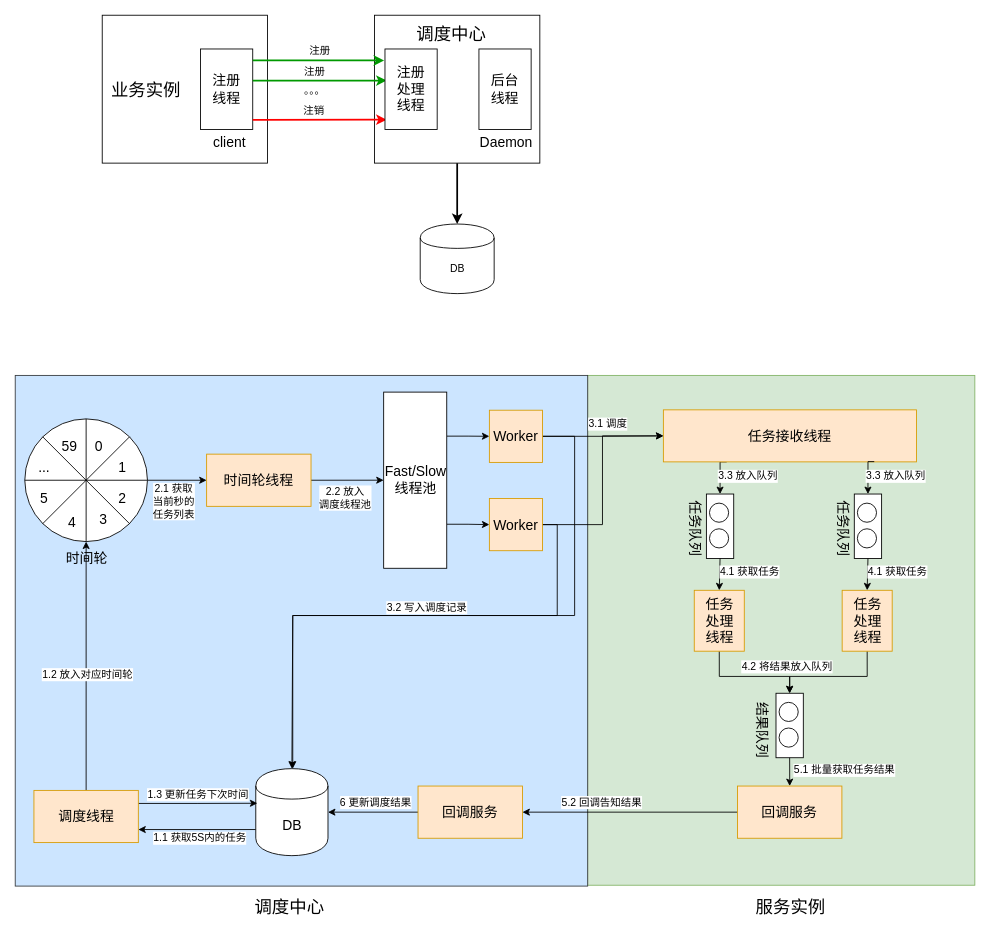
waterystone/draw_io keeps this draw.io diagram as zz/zzschedule/zzschedule.drawio. Above is the earlier version. Source tidied: cells renumbered, new cells numbered last; positions are measured from the earlier drawing's top-left corner, leaving out a move shared by most shapes. Both pictures are drawn from the tidied source at 87%, with x=0, y=0 at pixel (15, 15).
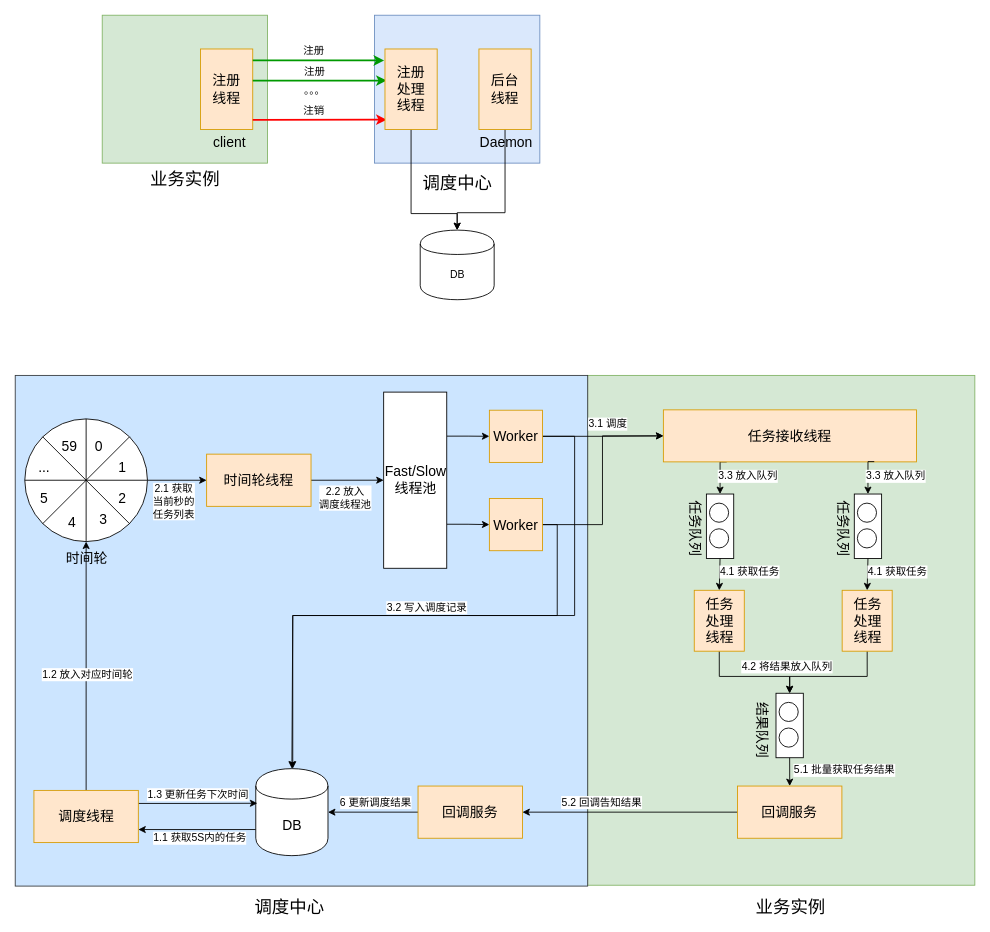
The same diagram, later.

Unchanged cells that the change refers to:
```xml
<mxCell id="9" style="endArrow=classic;html=1;strokeColor=#009900;strokeWidth=2;" parent="1" edge="1">
  <mxGeometry relative="1" as="geometry">
    <mxPoint x="273" y="52" as="sourcePoint" />
    <mxPoint x="424" y="52" as="targetPoint" />
  </mxGeometry>
</mxCell>
```

What changed in the source:
```diff
@@
-    <mxCell id="4" style="rounded=0;whiteSpace=wrap;html=1;" parent="1" vertex="1">
+    <mxCell id="4" style="rounded=0;whiteSpace=wrap;html=1;fillColor=#d5e8d4;strokeColor=#82b366;" parent="1" vertex="1">
       <mxGeometry x="100" width="190" height="170" as="geometry" />
     </mxCell>
-    <mxCell id="5" value="&lt;font style=&quot;font-size: 16px&quot;&gt;注册&lt;br&gt;线程&lt;/font&gt;" style="rounded=0;whiteSpace=wrap;html=1;" parent="1" vertex="1">
+    <mxCell id="5" value="&lt;font style=&quot;font-size: 16px&quot;&gt;注册&lt;br&gt;线程&lt;/font&gt;" style="rounded=0;whiteSpace=wrap;html=1;fillColor=#ffe6cc;strokeColor=#d79b00;" parent="1" vertex="1">
       <mxGeometry x="213" y="38.8" width="60" height="92.5" as="geometry" />
     </mxCell>
     <mxCell id="6" value="&lt;font style=&quot;font-size: 20px&quot;&gt;业务实例&lt;/font&gt;" style="text;html=1;align=center;verticalAlign=middle;" parent="1" vertex="1">
-      <mxGeometry x="100" y="75" width="100" height="20" as="geometry" />
+      <mxGeometry x="145" y="178" width="100" height="20" as="geometry" />
     </mxCell>
-    <mxCell id="7" style="edgeStyle=orthogonalEdgeStyle;rounded=0;jettySize=auto;html=1;exitX=0.5;exitY=1;exitDx=0;exitDy=0;entryX=0.5;entryY=0;entryDx=0;entryDy=0;strokeColor=#000000;strokeWidth=2;" parent="1" edge="1" source="8" target="16">
-      <mxGeometry relative="1" as="geometry" />
-    </mxCell>
-    <mxCell id="8" style="rounded=0;whiteSpace=wrap;html=1;" parent="1" vertex="1">
+    <mxCell id="8" style="rounded=0;whiteSpace=wrap;html=1;fillColor=#dae8fc;strokeColor=#6c8ebf;" parent="1" vertex="1">
       <mxGeometry x="413" width="190" height="170" as="geometry" />
     </mxCell>
@@
     <mxCell id="10" value="注册" style="text;html=1;align=center;verticalAlign=middle;labelBackgroundColor=#ffffff;" parent="9" vertex="1">
       <mxGeometry x="-0.14" y="4" relative="1" as="geometry">
-        <mxPoint x="11" y="-7.4" as="offset" />
+        <mxPoint x="4" y="-7.4" as="offset" />
       </mxGeometry>
     </mxCell>
@@
     <mxCell id="16" value="DB" style="shape=cylinder;whiteSpace=wrap;html=1;boundedLbl=1;backgroundOutline=1;" parent="1" vertex="1">
-      <mxGeometry x="465.5" y="240" width="85" height="80" as="geometry" />
+      <mxGeometry x="465.5" y="247" width="85" height="80" as="geometry" />
     </mxCell>
+    <mxCell id="97" style="edgeStyle=orthogonalEdgeStyle;rounded=0;jettySize=auto;html=1;exitX=0.5;exitY=1;exitDx=0;exitDy=0;strokeColor=#000000;strokeWidth=1;" parent="1" edge="1" source="17" target="16">
+      <mxGeometry relative="1" as="geometry">
+        <Array as="points">
+          <mxPoint x="563" y="227" />
+          <mxPoint x="508" y="227" />
+        </Array>
+      </mxGeometry>
+    </mxCell>
-    <mxCell id="17" value="&lt;font style=&quot;font-size: 16px&quot;&gt;后台&lt;br&gt;线程&lt;br&gt;&lt;/font&gt;" style="rounded=0;whiteSpace=wrap;html=1;" parent="1" vertex="1">
+    <mxCell id="17" value="&lt;font style=&quot;font-size: 16px&quot;&gt;后台&lt;br&gt;线程&lt;br&gt;&lt;/font&gt;" style="rounded=0;whiteSpace=wrap;html=1;fillColor=#ffe6cc;strokeColor=#d79b00;" parent="1" vertex="1">
       <mxGeometry x="533" y="38.8" width="60" height="92.5" as="geometry" />
     </mxCell>
     <mxCell id="18" value="&lt;font style=&quot;font-size: 20px&quot;&gt;调度中心&lt;/font&gt;" style="text;html=1;align=center;verticalAlign=middle;" parent="1" vertex="1">
-      <mxGeometry x="450.5" y="11" width="100" height="20" as="geometry" />
+      <mxGeometry x="458" y="182" width="100" height="20" as="geometry" />
     </mxCell>
@@
+    <mxCell id="98" style="edgeStyle=orthogonalEdgeStyle;rounded=0;jettySize=auto;html=1;exitX=0.5;exitY=1;exitDx=0;exitDy=0;strokeColor=#000000;strokeWidth=1;" parent="1" edge="1" source="20" target="16">
+      <mxGeometry relative="1" as="geometry">
+        <Array as="points">
+          <mxPoint x="455" y="228" />
+          <mxPoint x="508" y="228" />
+        </Array>
+      </mxGeometry>
+    </mxCell>
-    <mxCell id="20" value="&lt;font style=&quot;font-size: 16px&quot;&gt;注册&lt;br&gt;处理&lt;br&gt;线程&lt;br&gt;&lt;/font&gt;" style="rounded=0;whiteSpace=wrap;html=1;" parent="1" vertex="1">
+    <mxCell id="20" value="&lt;font style=&quot;font-size: 16px&quot;&gt;注册&lt;br&gt;处理&lt;br&gt;线程&lt;br&gt;&lt;/font&gt;" style="rounded=0;whiteSpace=wrap;html=1;fillColor=#ffe6cc;strokeColor=#d79b00;" parent="1" vertex="1">
       <mxGeometry x="425" y="38.8" width="60" height="92.5" as="geometry" />
     </mxCell>
@@
-    <mxCell id="96" value="&lt;font style=&quot;font-size: 20px&quot;&gt;服务实例&lt;/font&gt;" style="text;html=1;align=center;verticalAlign=middle;" parent="1" vertex="1">
-      <mxGeometry x="840.5" y="1014" width="100" height="20" as="geometry" />
+    <mxCell id="96" value="&lt;font style=&quot;font-size: 20px&quot;&gt;业务实例&lt;/font&gt;" style="text;html=1;align=center;verticalAlign=middle;" parent="1" vertex="1">
+      <mxGeometry x="845.5" y="1014" width="90" height="20" as="geometry" />
     </mxCell>
```
